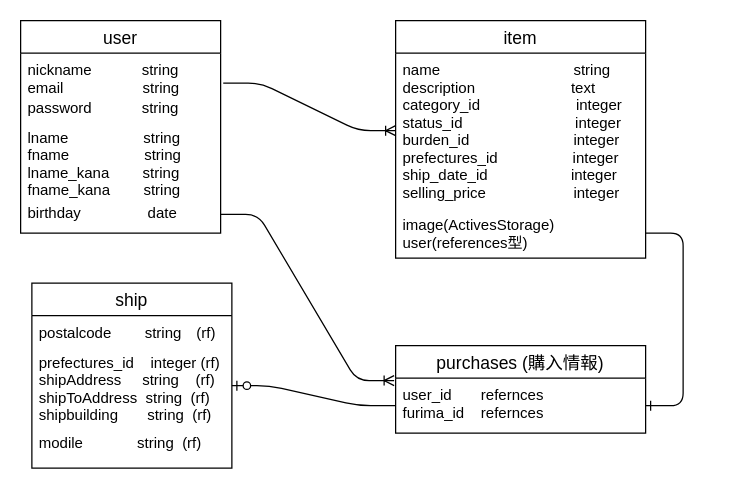
The draw.io diagram furima.dio in MasatakaTsuji/furima-30500, before the edit. Source tidied: cells renumbered, new cells numbered last; positions are measured from the earlier drawing's top-left corner, leaving out a move shared by most shapes. Both pictures are drawn from the tidied source at 125%, with x=0, y=0 at pixel (20, 20).
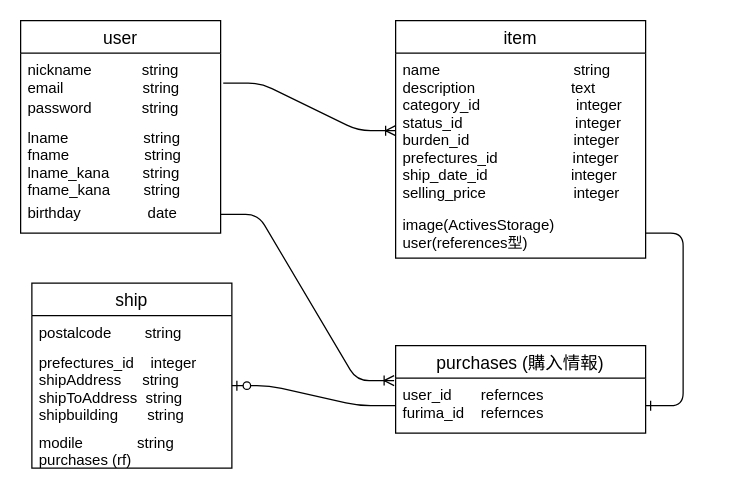
Above is the later version.

Diff of the diagram source:
```diff
@@
 <mxGraphModel>
   <root>
     <mxCell id="0" />
     <mxCell id="1" parent="0" />
     <mxCell id="2" value="user" style="swimlane;fontStyle=0;horizontal=1;startSize=26;align=center;fontSize=14;" parent="1" vertex="1">
       <mxGeometry width="160" height="170" as="geometry" />
     </mxCell>
     <mxCell id="3" value="nickname            string&#10;email                   string " style="text;strokeColor=none;fillColor=none;spacingLeft=4;spacingRight=4;overflow=hidden;points=[[0,0.5],[1,0.5]];portConstraint=eastwest;fontSize=12;" parent="2" vertex="1">
       <mxGeometry y="26" width="160" height="30" as="geometry" />
     </mxCell>
     <mxCell id="4" value="password            string" style="text;strokeColor=none;fillColor=none;spacingLeft=4;spacingRight=4;overflow=hidden;fontSize=12;" parent="2" vertex="1">
       <mxGeometry y="56" width="160" height="24" as="geometry" />
     </mxCell>
     <mxCell id="5" value="lname                  string&#10;fname                  string&#10;lname_kana        string&#10;fname_kana        string" style="text;strokeColor=none;fillColor=none;spacingLeft=4;spacingRight=4;overflow=hidden;fontSize=12;" parent="2" vertex="1">
       <mxGeometry y="80" width="160" height="60" as="geometry" />
     </mxCell>
     <mxCell id="6" value="birthday                date" style="text;strokeColor=none;fillColor=none;spacingLeft=4;spacingRight=4;overflow=hidden;points=[[0,0.5],[1,0.5]];portConstraint=eastwest;fontSize=12;" parent="2" vertex="1">
       <mxGeometry y="140" width="160" height="30" as="geometry" />
     </mxCell>
     <mxCell id="7" style="edgeStyle=entityRelationEdgeStyle;fontSize=12;html=1;endArrow=ERoneToMany;exitX=1.013;exitY=0.8;exitDx=0;exitDy=0;exitPerimeter=0;" parent="1" edge="1" source="3" target="10">
       <mxGeometry relative="1" as="geometry" />
     </mxCell>
     <mxCell id="8" style="edgeStyle=entityRelationEdgeStyle;fontSize=12;html=1;endArrow=ERoneToMany;entryX=-0.006;entryY=0.045;entryDx=0;entryDy=0;entryPerimeter=0;" parent="1" edge="1" source="6" target="18">
       <mxGeometry relative="1" as="geometry" />
     </mxCell>
     <mxCell id="9" value="item" style="swimlane;fontStyle=0;horizontal=1;startSize=26;align=center;fontSize=14;" parent="1" vertex="1">
       <mxGeometry x="300" width="200" height="190" as="geometry" />
     </mxCell>
     <mxCell id="10" value="name                                string&#10;description                       text&#10;category_id                       integer&#10;status_id                           integer&#10;burden_id                         integer&#10;prefectures_id                  integer&#10;ship_date_id                    integer                          &#10;selling_price                     integer" style="text;strokeColor=none;fillColor=none;spacingLeft=4;spacingRight=4;overflow=hidden;points=[[0,0.5],[1,0.5]];portConstraint=eastwest;fontSize=12;" parent="9" vertex="1">
       <mxGeometry y="26" width="200" height="124" as="geometry" />
     </mxCell>
     <mxCell id="11" value="image(ActivesStorage)&#10;user(references型)" style="text;strokeColor=none;fillColor=none;spacingLeft=4;spacingRight=4;overflow=hidden;points=[[0,0.5],[1,0.5]];portConstraint=eastwest;fontSize=12;" parent="9" vertex="1">
       <mxGeometry y="150" width="200" height="40" as="geometry" />
     </mxCell>
     <mxCell id="12" style="edgeStyle=entityRelationEdgeStyle;fontSize=12;html=1;endArrow=ERzeroToOne;endFill=1;" parent="1" edge="1" source="18" target="15">
       <mxGeometry relative="1" as="geometry" />
     </mxCell>
     <mxCell id="13" value="ship" style="swimlane;fontStyle=0;horizontal=1;startSize=26;align=center;fontSize=14;" parent="1" vertex="1">
       <mxGeometry x="9" y="210" width="160" height="148" as="geometry" />
     </mxCell>
-    <mxCell id="14" value="postalcode        string　(rf)&#10;" style="text;strokeColor=none;fillColor=none;spacingLeft=4;spacingRight=4;overflow=hidden;fontSize=12;" parent="13" vertex="1">
+    <mxCell id="14" value="postalcode        string　&#10;" style="text;strokeColor=none;fillColor=none;spacingLeft=4;spacingRight=4;overflow=hidden;fontSize=12;" parent="13" vertex="1">
       <mxGeometry y="26" width="160" height="24" as="geometry" />
     </mxCell>
-    <mxCell id="15" value="prefectures_id    integer (rf)&#10;shipAddress     string    (rf)&#10;shipToAddress  string  (rf)&#10;shipbuilding       string  (rf)" style="text;strokeColor=none;fillColor=none;spacingLeft=4;spacingRight=4;overflow=hidden;points=[[0,0.5],[1,0.5]];portConstraint=eastwest;fontSize=12;" parent="13" vertex="1">
+    <mxCell id="15" value="prefectures_id    integer &#10;shipAddress     string    &#10;shipToAddress  string  &#10;shipbuilding       string  " style="text;strokeColor=none;fillColor=none;spacingLeft=4;spacingRight=4;overflow=hidden;points=[[0,0.5],[1,0.5]];portConstraint=eastwest;fontSize=12;" parent="13" vertex="1">
       <mxGeometry y="50" width="160" height="64" as="geometry" />
     </mxCell>
-    <mxCell id="16" value="modile             string  (rf)" style="text;strokeColor=none;fillColor=none;spacingLeft=4;spacingRight=4;overflow=hidden;fontSize=12;" parent="13" vertex="1">
+    <mxCell id="16" value="modile             string  &#10;purchases (rf)" style="text;strokeColor=none;fillColor=none;spacingLeft=4;spacingRight=4;overflow=hidden;fontSize=12;" parent="13" vertex="1">
       <mxGeometry y="114" width="160" height="34" as="geometry" />
     </mxCell>
     <mxCell id="17" value="purchases (購入情報)" style="swimlane;fontStyle=0;horizontal=1;startSize=26;align=center;fontSize=14;" parent="1" vertex="1">
       <mxGeometry x="300" y="260" width="200" height="70" as="geometry" />
     </mxCell>
     <mxCell id="18" value="user_id       refernces               &#10;furima_id    refernces" style="text;strokeColor=none;fillColor=none;spacingLeft=4;spacingRight=4;overflow=hidden;points=[[0,0.5],[1,0.5]];portConstraint=eastwest;fontSize=12;" parent="17" vertex="1">
       <mxGeometry y="26" width="200" height="44" as="geometry" />
     </mxCell>
     <mxCell id="19" style="edgeStyle=entityRelationEdgeStyle;fontSize=12;html=1;endArrow=ERone;endFill=1;" parent="1" edge="1" source="11" target="18">
       <mxGeometry relative="1" as="geometry" />
     </mxCell>
   </root>
 </mxGraphModel>
```
